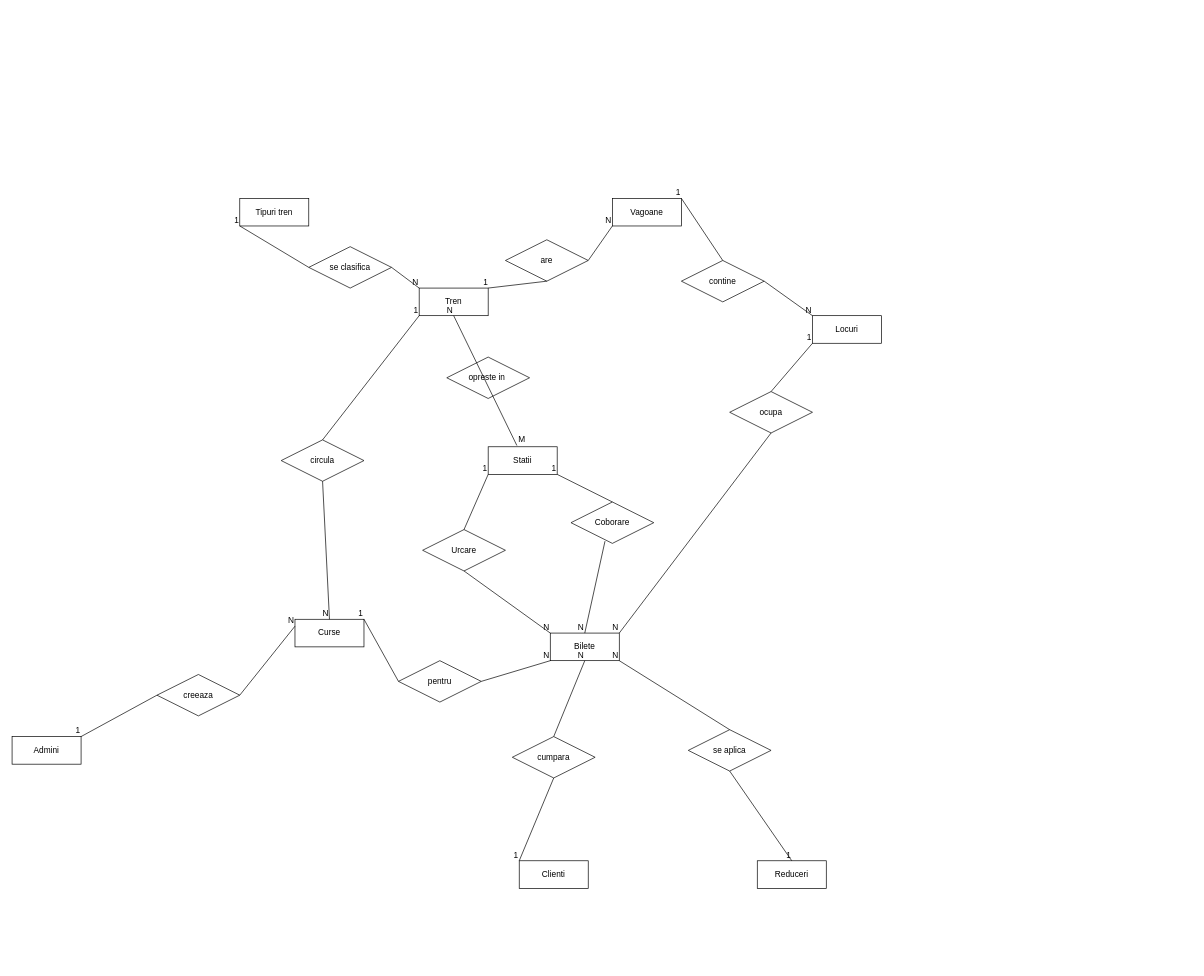
Earlier version of the draw.io diagram diagrama_er.drawio (andrasarmasi/proiect_bd). Source tidied: cells renumbered, new cells numbered last; positions are measured from the earlier drawing's top-left corner, leaving out a move shared by most shapes. Both pictures are drawn from the tidied source at 69%, with x=0, y=0 at pixel (12, 198).
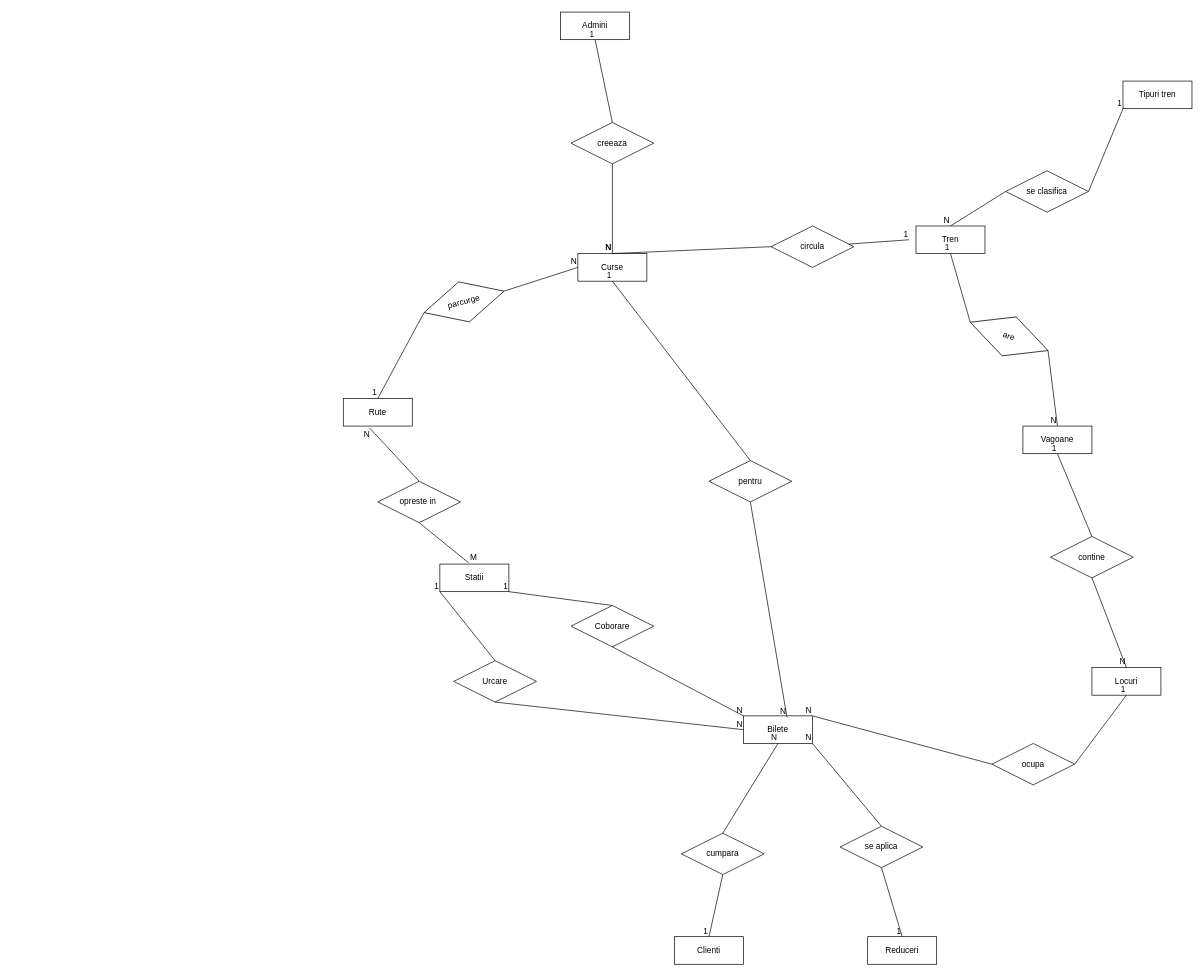
Above is the later version.

Change to the diagram source:
```diff
@@
     <mxCell id="2" value="Tipuri tren" style="whiteSpace=wrap;html=1;align=center;" parent="1" vertex="1">
-      <mxGeometry x="330" width="100" height="40" as="geometry" />
+      <mxGeometry x="1610" y="-170" width="100" height="40" as="geometry" />
     </mxCell>
     <mxCell id="3" value="Tren" style="whiteSpace=wrap;html=1;align=center;" parent="1" vertex="1">
-      <mxGeometry x="590" y="130" width="100" height="40" as="geometry" />
+      <mxGeometry x="1310" y="40" width="100" height="40" as="geometry" />
     </mxCell>
     <mxCell id="4" value="se clasifica" style="shape=rhombus;perimeter=rhombusPerimeter;whiteSpace=wrap;html=1;align=center;" parent="1" vertex="1">
-      <mxGeometry x="430" y="70" width="120" height="60" as="geometry" />
+      <mxGeometry x="1440" y="-40" width="120" height="60" as="geometry" />
     </mxCell>
-    <mxCell id="5" style="endArrow=none;html=1;rounded=0;entryX=0;entryY=1;entryDx=0;entryDy=0;exitX=0;exitY=0.5;exitDx=0;exitDy=0;" parent="1" edge="1" source="4" target="2">
+    <mxCell id="5" style="endArrow=none;html=1;rounded=0;entryX=0;entryY=1;entryDx=0;entryDy=0;exitX=1;exitY=0.5;exitDx=0;exitDy=0;" parent="1" edge="1" source="4" target="2">
       <mxGeometry relative="1" as="geometry" />
     </mxCell>
     <mxCell id="6" value="1" style="html=1;whiteSpace=wrap;align=right;verticalAlign=bottom;" parent="5" vertex="1">
-      <mxGeometry x="1" relative="1" as="geometry" />
+      <mxGeometry x="0.99" relative="1" as="geometry" />
     </mxCell>
-    <mxCell id="7" style="endArrow=none;html=1;rounded=0;exitX=1;exitY=0.5;exitDx=0;exitDy=0;entryX=0;entryY=0;entryDx=0;entryDy=0;" parent="1" edge="1" source="4" target="3">
+    <mxCell id="7" style="endArrow=none;html=1;rounded=0;exitX=0;exitY=0.5;exitDx=0;exitDy=0;entryX=0.5;entryY=0;entryDx=0;entryDy=0;" parent="1" edge="1" source="4" target="3">
       <mxGeometry relative="1" as="geometry" />
     </mxCell>
@@
+    <mxCell id="71" value="N" style="html=1;whiteSpace=wrap;align=right;verticalAlign=bottom;" parent="7" vertex="1">
+      <mxGeometry x="1" relative="1" as="geometry">
+        <mxPoint x="-840" y="310" as="offset" />
+      </mxGeometry>
+    </mxCell>
-    <mxCell id="9" value="are" style="shape=rhombus;perimeter=rhombusPerimeter;whiteSpace=wrap;html=1;align=center;" parent="1" vertex="1">
-      <mxGeometry x="715" y="60" width="120" height="60" as="geometry" />
+    <mxCell id="9" value="are" style="shape=rhombus;perimeter=rhombusPerimeter;whiteSpace=wrap;html=1;align=center;rotation=20;" parent="1" vertex="1">
+      <mxGeometry x="1385" y="170" width="120" height="60" as="geometry" />
     </mxCell>
     <mxCell id="10" value="Vagoane" style="whiteSpace=wrap;html=1;align=center;" parent="1" vertex="1">
-      <mxGeometry x="870" width="100" height="40" as="geometry" />
+      <mxGeometry x="1465" y="330" width="100" height="40" as="geometry" />
     </mxCell>
-    <mxCell id="11" style="endArrow=none;html=1;rounded=0;entryX=0;entryY=1;entryDx=0;entryDy=0;exitX=1;exitY=0.5;exitDx=0;exitDy=0;" parent="1" edge="1" source="9" target="10">
+    <mxCell id="11" style="endArrow=none;html=1;rounded=0;entryX=0.5;entryY=0;entryDx=0;entryDy=0;exitX=1;exitY=0.5;exitDx=0;exitDy=0;" parent="1" edge="1" source="9" target="10">
       <mxGeometry relative="1" as="geometry" />
     </mxCell>
@@
-    <mxCell id="13" style="endArrow=none;html=1;rounded=0;entryX=1;entryY=0;entryDx=0;entryDy=0;exitX=0.5;exitY=1;exitDx=0;exitDy=0;" parent="1" edge="1" source="9" target="3">
+    <mxCell id="13" style="endArrow=none;html=1;rounded=0;entryX=0.5;entryY=1;entryDx=0;entryDy=0;exitX=0;exitY=0.5;exitDx=0;exitDy=0;" parent="1" edge="1" source="9" target="3">
       <mxGeometry relative="1" as="geometry" />
     </mxCell>
@@
     <mxCell id="15" value="contine" style="shape=rhombus;perimeter=rhombusPerimeter;whiteSpace=wrap;html=1;align=center;" parent="1" vertex="1">
-      <mxGeometry x="970" y="90" width="120" height="60" as="geometry" />
+      <mxGeometry x="1505" y="490" width="120" height="60" as="geometry" />
     </mxCell>
     <mxCell id="16" value="Locuri" style="whiteSpace=wrap;html=1;align=center;" parent="1" vertex="1">
-      <mxGeometry x="1160" y="170" width="100" height="40" as="geometry" />
+      <mxGeometry x="1565" y="680" width="100" height="40" as="geometry" />
     </mxCell>
-    <mxCell id="17" style="endArrow=none;html=1;rounded=0;entryX=1;entryY=0;entryDx=0;entryDy=0;exitX=0.5;exitY=0;exitDx=0;exitDy=0;" parent="1" edge="1" source="15" target="10">
+    <mxCell id="17" style="endArrow=none;html=1;rounded=0;entryX=0.5;entryY=1;entryDx=0;entryDy=0;exitX=0.5;exitY=0;exitDx=0;exitDy=0;" parent="1" edge="1" source="15" target="10">
       <mxGeometry relative="1" as="geometry" />
     </mxCell>
@@
-    <mxCell id="19" style="endArrow=none;html=1;rounded=0;entryX=0;entryY=0;entryDx=0;entryDy=0;exitX=1;exitY=0.5;exitDx=0;exitDy=0;" parent="1" edge="1" source="15" target="16">
+    <mxCell id="19" style="endArrow=none;html=1;rounded=0;entryX=0.5;entryY=0;entryDx=0;entryDy=0;exitX=0.5;exitY=1;exitDx=0;exitDy=0;" parent="1" edge="1" source="15" target="16">
       <mxGeometry relative="1" as="geometry" />
     </mxCell>
@@
     <mxCell id="21" value="Bilete" style="whiteSpace=wrap;html=1;align=center;" parent="1" vertex="1">
-      <mxGeometry x="780" y="630" width="100" height="40" as="geometry" />
+      <mxGeometry x="1060" y="750" width="100" height="40" as="geometry" />
     </mxCell>
     <mxCell id="22" value="ocupa" style="shape=rhombus;perimeter=rhombusPerimeter;whiteSpace=wrap;html=1;align=center;" parent="1" vertex="1">
-      <mxGeometry x="1040" y="280" width="120" height="60" as="geometry" />
+      <mxGeometry x="1420" y="790" width="120" height="60" as="geometry" />
     </mxCell>
-    <mxCell id="23" style="endArrow=none;html=1;rounded=0;entryX=0;entryY=1;entryDx=0;entryDy=0;exitX=0.5;exitY=0;exitDx=0;exitDy=0;" parent="1" edge="1" source="22" target="16">
+    <mxCell id="23" style="endArrow=none;html=1;rounded=0;entryX=0.5;entryY=1;entryDx=0;entryDy=0;exitX=1;exitY=0.5;exitDx=0;exitDy=0;" parent="1" edge="1" source="22" target="16">
       <mxGeometry relative="1" as="geometry" />
     </mxCell>
@@
-    <mxCell id="25" style="endArrow=none;html=1;rounded=0;entryX=1;entryY=0;entryDx=0;entryDy=0;exitX=0.5;exitY=1;exitDx=0;exitDy=0;" parent="1" edge="1" source="22" target="21">
+    <mxCell id="25" style="endArrow=none;html=1;rounded=0;entryX=1;entryY=0;entryDx=0;entryDy=0;exitX=0;exitY=0.5;exitDx=0;exitDy=0;" parent="1" edge="1" source="22" target="21">
       <mxGeometry relative="1" as="geometry" />
     </mxCell>
@@
-    <mxCell id="27" value="opreste in&amp;nbsp;" style="shape=rhombus;perimeter=rhombusPerimeter;whiteSpace=wrap;html=1;align=center;" parent="1" vertex="1">
-      <mxGeometry x="630" y="230" width="120" height="60" as="geometry" />
-    </mxCell>
     <mxCell id="28" value="Statii" style="whiteSpace=wrap;html=1;align=center;" parent="1" vertex="1">
-      <mxGeometry x="690" y="360" width="100" height="40" as="geometry" />
+      <mxGeometry x="620" y="530" width="100" height="40" as="geometry" />
     </mxCell>
-    <mxCell id="29" style="endArrow=none;html=1;rounded=0;entryX=0.5;entryY=1;entryDx=0;entryDy=0;exitX=0.416;exitY=-0.045;exitDx=0;exitDy=0;exitPerimeter=0;" parent="1" edge="1" source="28" target="3">
+    <mxCell id="29" style="endArrow=none;html=1;rounded=0;entryX=0.377;entryY=1.058;entryDx=0;entryDy=0;entryPerimeter=0;exitX=0.5;exitY=0;exitDx=0;exitDy=0;" parent="1" edge="1" source="27" target="72">
       <mxGeometry relative="1" as="geometry" />
     </mxCell>
-    <mxCell id="30" value="M" style="html=1;whiteSpace=wrap;align=left;verticalAlign=bottom;" parent="29" vertex="1">
-      <mxGeometry x="-1" relative="1" as="geometry" />
-    </mxCell>
@@
     <mxCell id="32" value="Coborare" style="shape=rhombus;perimeter=rhombusPerimeter;whiteSpace=wrap;html=1;align=center;" parent="1" vertex="1">
-      <mxGeometry x="810" y="440" width="120" height="60" as="geometry" />
+      <mxGeometry x="810" y="590" width="120" height="60" as="geometry" />
     </mxCell>
     <mxCell id="33" value="Urcare" style="shape=rhombus;perimeter=rhombusPerimeter;whiteSpace=wrap;html=1;align=center;" parent="1" vertex="1">
-      <mxGeometry x="595" y="480" width="120" height="60" as="geometry" />
+      <mxGeometry x="640" y="670" width="120" height="60" as="geometry" />
     </mxCell>
@@
-    <mxCell id="36" style="endArrow=none;html=1;rounded=0;exitX=0.5;exitY=0;exitDx=0;exitDy=0;" parent="1" edge="1" source="32">
-      <mxGeometry relative="1" as="geometry">
-        <mxPoint x="790" y="400" as="targetPoint" />
-      </mxGeometry>
+    <mxCell id="36" style="endArrow=none;html=1;rounded=0;entryX=1;entryY=1;entryDx=0;entryDy=0;exitX=0.5;exitY=0;exitDx=0;exitDy=0;" parent="1" edge="1" source="32" target="28">
+      <mxGeometry relative="1" as="geometry" />
     </mxCell>
@@
-    <mxCell id="38" style="endArrow=none;html=1;rounded=0;exitX=0.411;exitY=0.946;exitDx=0;exitDy=0;exitPerimeter=0;" parent="1" edge="1" source="32">
-      <mxGeometry relative="1" as="geometry">
-        <mxPoint x="830" y="630" as="targetPoint" />
-      </mxGeometry>
+    <mxCell id="38" style="endArrow=none;html=1;rounded=0;exitX=0.5;exitY=1;exitDx=0;exitDy=0;entryX=0;entryY=0;entryDx=0;entryDy=0;" parent="1" edge="1" source="32" target="21">
+      <mxGeometry relative="1" as="geometry" />
     </mxCell>
@@
-    <mxCell id="40" style="endArrow=none;html=1;rounded=0;entryX=0;entryY=0;entryDx=0;entryDy=0;entryPerimeter=0;exitX=0.5;exitY=1;exitDx=0;exitDy=0;" parent="1" edge="1" source="33" target="21">
+    <mxCell id="40" style="endArrow=none;html=1;rounded=0;entryX=0;entryY=0.5;entryDx=0;entryDy=0;exitX=0.5;exitY=1;exitDx=0;exitDy=0;" parent="1" edge="1" source="33" target="21">
       <mxGeometry relative="1" as="geometry" />
     </mxCell>
@@
     <mxCell id="42" value="circula" style="shape=rhombus;perimeter=rhombusPerimeter;whiteSpace=wrap;html=1;align=center;" parent="1" vertex="1">
-      <mxGeometry x="390" y="350" width="120" height="60" as="geometry" />
+      <mxGeometry x="1100" y="40" width="120" height="60" as="geometry" />
     </mxCell>
     <mxCell id="43" value="Curse" style="whiteSpace=wrap;html=1;align=center;" parent="1" vertex="1">
-      <mxGeometry x="410" y="610" width="100" height="40" as="geometry" />
+      <mxGeometry x="820" y="80" width="100" height="40" as="geometry" />
     </mxCell>
-    <mxCell id="44" style="endArrow=none;html=1;rounded=0;entryX=0;entryY=1;entryDx=0;entryDy=0;exitX=0.5;exitY=0;exitDx=0;exitDy=0;" parent="1" edge="1" source="42" target="3">
-      <mxGeometry relative="1" as="geometry" />
+    <mxCell id="44" style="endArrow=none;html=1;rounded=0;" parent="1" edge="1" source="42">
+      <mxGeometry relative="1" as="geometry">
+        <mxPoint x="1300" y="60" as="targetPoint" />
+      </mxGeometry>
     </mxCell>
@@
-    <mxCell id="46" style="endArrow=none;html=1;rounded=0;exitX=0.5;exitY=1;exitDx=0;exitDy=0;entryX=0.5;entryY=0;entryDx=0;entryDy=0;" parent="1" edge="1" source="42" target="43">
+    <mxCell id="46" style="endArrow=none;html=1;rounded=0;exitX=0;exitY=0.5;exitDx=0;exitDy=0;entryX=0.5;entryY=0;entryDx=0;entryDy=0;" parent="1" edge="1" source="42" target="43">
       <mxGeometry relative="1" as="geometry" />
     </mxCell>
@@
     <mxCell id="48" value="pentru" style="shape=rhombus;perimeter=rhombusPerimeter;whiteSpace=wrap;html=1;align=center;" parent="1" vertex="1">
-      <mxGeometry x="560" y="670" width="120" height="60" as="geometry" />
+      <mxGeometry x="1010" y="380" width="120" height="60" as="geometry" />
     </mxCell>
-    <mxCell id="49" style="endArrow=none;html=1;rounded=0;entryX=1;entryY=0;entryDx=0;entryDy=0;exitX=0;exitY=0.5;exitDx=0;exitDy=0;" parent="1" edge="1" source="48" target="43">
+    <mxCell id="49" style="endArrow=none;html=1;rounded=0;entryX=0.5;entryY=1;entryDx=0;entryDy=0;exitX=0.5;exitY=0;exitDx=0;exitDy=0;" parent="1" edge="1" source="48" target="43">
       <mxGeometry relative="1" as="geometry" />
     </mxCell>
@@
-    <mxCell id="51" style="endArrow=none;html=1;rounded=0;entryX=0;entryY=1;entryDx=0;entryDy=0;exitX=1;exitY=0.5;exitDx=0;exitDy=0;" parent="1" edge="1" source="48" target="21">
+    <mxCell id="51" style="endArrow=none;html=1;rounded=0;entryX=0.63;entryY=0.046;entryDx=0;entryDy=0;exitX=0.5;exitY=1;exitDx=0;exitDy=0;entryPerimeter=0;" parent="1" edge="1" source="48" target="21">
       <mxGeometry relative="1" as="geometry" />
     </mxCell>
@@
     <mxCell id="53" value="creeaza" style="shape=rhombus;perimeter=rhombusPerimeter;whiteSpace=wrap;html=1;align=center;" parent="1" vertex="1">
-      <mxGeometry x="210" y="690" width="120" height="60" as="geometry" />
+      <mxGeometry x="810" y="-110" width="120" height="60" as="geometry" />
     </mxCell>
     <mxCell id="54" value="Admini" style="whiteSpace=wrap;html=1;align=center;" parent="1" vertex="1">
-      <mxGeometry y="780" width="100" height="40" as="geometry" />
+      <mxGeometry x="795" y="-270" width="100" height="40" as="geometry" />
     </mxCell>
-    <mxCell id="55" style="endArrow=none;html=1;rounded=0;entryX=1;entryY=0;entryDx=0;entryDy=0;exitX=0;exitY=0.5;exitDx=0;exitDy=0;" parent="1" edge="1" source="53" target="54">
+    <mxCell id="55" style="endArrow=none;html=1;rounded=0;entryX=0.5;entryY=1;entryDx=0;entryDy=0;exitX=0.5;exitY=0;exitDx=0;exitDy=0;" parent="1" edge="1" source="53" target="54">
       <mxGeometry relative="1" as="geometry" />
     </mxCell>
@@
-    <mxCell id="57" style="endArrow=none;html=1;rounded=0;entryX=0;entryY=0.25;entryDx=0;entryDy=0;exitX=1;exitY=0.5;exitDx=0;exitDy=0;" parent="1" edge="1" source="53" target="43">
+    <mxCell id="57" style="endArrow=none;html=1;rounded=0;entryX=0.5;entryY=0;entryDx=0;entryDy=0;exitX=0.5;exitY=1;exitDx=0;exitDy=0;" parent="1" edge="1" source="53" target="43">
       <mxGeometry relative="1" as="geometry" />
     </mxCell>
@@
     <mxCell id="59" value="Clienti" style="whiteSpace=wrap;html=1;align=center;" parent="1" vertex="1">
-      <mxGeometry x="735" y="960" width="100" height="40" as="geometry" />
+      <mxGeometry x="960" y="1070" width="100" height="40" as="geometry" />
     </mxCell>
     <mxCell id="60" value="cumpara" style="shape=rhombus;perimeter=rhombusPerimeter;whiteSpace=wrap;html=1;align=center;" parent="1" vertex="1">
-      <mxGeometry x="725" y="780" width="120" height="60" as="geometry" />
+      <mxGeometry x="970" y="920" width="120" height="60" as="geometry" />
     </mxCell>
-    <mxCell id="61" style="endArrow=none;html=1;rounded=0;entryX=0;entryY=0;entryDx=0;entryDy=0;exitX=0.5;exitY=1;exitDx=0;exitDy=0;" parent="1" edge="1" source="60" target="59">
+    <mxCell id="61" style="endArrow=none;html=1;rounded=0;entryX=0.5;entryY=0;entryDx=0;entryDy=0;exitX=0.5;exitY=1;exitDx=0;exitDy=0;" parent="1" edge="1" source="60" target="59">
       <mxGeometry relative="1" as="geometry" />
     </mxCell>
@@
     <mxCell id="65" value="se aplica" style="shape=rhombus;perimeter=rhombusPerimeter;whiteSpace=wrap;html=1;align=center;" parent="1" vertex="1">
-      <mxGeometry x="980" y="770" width="120" height="60" as="geometry" />
+      <mxGeometry x="1200" y="910" width="120" height="60" as="geometry" />
     </mxCell>
     <mxCell id="66" value="Reduceri" style="whiteSpace=wrap;html=1;align=center;" parent="1" vertex="1">
-      <mxGeometry x="1080" y="960" width="100" height="40" as="geometry" />
+      <mxGeometry x="1240" y="1070" width="100" height="40" as="geometry" />
     </mxCell>
@@
+    <mxCell id="72" value="Rute" style="whiteSpace=wrap;html=1;align=center;" parent="1" vertex="1">
+      <mxGeometry x="480" y="290" width="100" height="40" as="geometry" />
+    </mxCell>
+    <mxCell id="73" value="parcurge" style="shape=rhombus;perimeter=rhombusPerimeter;whiteSpace=wrap;html=1;align=center;rotation=-15;" parent="1" vertex="1">
+      <mxGeometry x="595" y="120" width="120" height="60" as="geometry" />
+    </mxCell>
+    <mxCell id="74" style="endArrow=none;html=1;rounded=0;entryX=0.5;entryY=0;entryDx=0;entryDy=0;exitX=0;exitY=0.5;exitDx=0;exitDy=0;" parent="1" edge="1" source="73" target="72">
+      <mxGeometry relative="1" as="geometry" />
+    </mxCell>
+    <mxCell id="75" value="1" style="html=1;whiteSpace=wrap;align=right;verticalAlign=bottom;" parent="74" vertex="1">
+      <mxGeometry x="1" relative="1" as="geometry" />
+    </mxCell>
+    <mxCell id="76" style="endArrow=none;html=1;rounded=0;entryX=0;entryY=0.5;entryDx=0;entryDy=0;exitX=1;exitY=0.5;exitDx=0;exitDy=0;" parent="1" edge="1" source="73" target="43">
+      <mxGeometry relative="1" as="geometry" />
+    </mxCell>
+    <mxCell id="77" value="N" style="html=1;whiteSpace=wrap;align=right;verticalAlign=bottom;" parent="76" vertex="1">
+      <mxGeometry x="1" relative="1" as="geometry" />
+    </mxCell>
+    <mxCell id="78" style="endArrow=none;html=1;rounded=0;entryX=0.5;entryY=1;entryDx=0;entryDy=0;exitX=0.416;exitY=-0.045;exitDx=0;exitDy=0;exitPerimeter=0;" parent="1" edge="1" source="28" target="27">
+      <mxGeometry relative="1" as="geometry" />
+    </mxCell>
+    <mxCell id="30" value="M" style="html=1;whiteSpace=wrap;align=left;verticalAlign=bottom;" parent="78" vertex="1">
+      <mxGeometry x="-1" relative="1" as="geometry" />
+    </mxCell>
+    <mxCell id="27" value="opreste in&amp;nbsp;" style="shape=rhombus;perimeter=rhombusPerimeter;whiteSpace=wrap;html=1;align=center;" parent="1" vertex="1">
+      <mxGeometry x="530" y="410" width="120" height="60" as="geometry" />
+    </mxCell>
```
